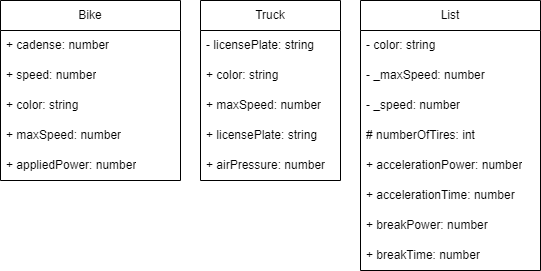
Before: Unit2-08/Designs/cd.png, a diagram exported from draw.io (KaitlynIp64/ICS4U-Unit2-Kaitlyn-Ip). Source tidied: cells renumbered, new cells last; positions are measured from the earlier drawing's top-left corner, leaving out a move shared by most shapes.
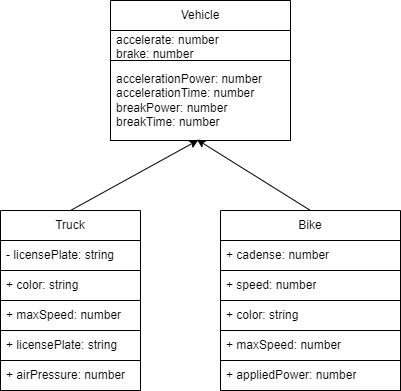
The same diagram one commit later.

The edit, as a diff of the source:
```diff
@@ -2,68 +2,56 @@
   <root>
     <mxCell id="0" />
     <mxCell id="1" parent="0" />
+    <mxCell id="23" style="edgeStyle=none;html=1;entryX=0.48;entryY=0.988;entryDx=0;entryDy=0;entryPerimeter=0;exitX=0.5;exitY=0;exitDx=0;exitDy=0;strokeColor=#000000;" parent="1" edge="1" source="2" target="22">
+      <mxGeometry relative="1" as="geometry" />
+    </mxCell>
-    <mxCell id="2" value="Bike" style="swimlane;fontStyle=0;horizontal=1;startSize=30;whiteSpace=wrap;html=1;" parent="1" vertex="1">
-      <mxGeometry width="180" height="180" as="geometry" />
+    <mxCell id="2" value="Bike" style="swimlane;fontStyle=0;horizontal=1;startSize=30;whiteSpace=wrap;html=1;strokeColor=#000000;" parent="1" vertex="1">
+      <mxGeometry x="470" y="240" width="180" height="180" as="geometry" />
     </mxCell>
-    <mxCell id="3" value="+ cadense: number" style="text;strokeColor=none;fillColor=none;align=left;verticalAlign=middle;spacingLeft=4;spacingRight=4;overflow=hidden;whiteSpace=wrap;html=1;" parent="2" vertex="1">
+    <mxCell id="3" value="+ cadense: number" style="text;strokeColor=#000000;fillColor=none;align=left;verticalAlign=middle;spacingLeft=4;spacingRight=4;overflow=hidden;whiteSpace=wrap;html=1;" parent="2" vertex="1">
       <mxGeometry y="30" width="180" height="30" as="geometry" />
     </mxCell>
-    <mxCell id="4" value="+ speed: number" style="text;strokeColor=none;fillColor=none;align=left;verticalAlign=middle;spacingLeft=4;spacingRight=4;overflow=hidden;whiteSpace=wrap;html=1;" parent="2" vertex="1">
+    <mxCell id="4" value="+ speed: number" style="text;strokeColor=#000000;fillColor=none;align=left;verticalAlign=middle;spacingLeft=4;spacingRight=4;overflow=hidden;whiteSpace=wrap;html=1;" parent="2" vertex="1">
       <mxGeometry y="60" width="180" height="30" as="geometry" />
     </mxCell>
-    <mxCell id="5" value="+ color: string" style="text;strokeColor=none;fillColor=none;align=left;verticalAlign=middle;spacingLeft=4;spacingRight=4;overflow=hidden;whiteSpace=wrap;html=1;" parent="2" vertex="1">
+    <mxCell id="5" value="+ color: string" style="text;strokeColor=#000000;fillColor=none;align=left;verticalAlign=middle;spacingLeft=4;spacingRight=4;overflow=hidden;whiteSpace=wrap;html=1;" parent="2" vertex="1">
       <mxGeometry y="90" width="180" height="30" as="geometry" />
     </mxCell>
-    <mxCell id="6" value="+ maxSpeed: number" style="text;strokeColor=none;fillColor=none;align=left;verticalAlign=middle;spacingLeft=4;spacingRight=4;overflow=hidden;whiteSpace=wrap;html=1;" parent="2" vertex="1">
+    <mxCell id="6" value="+ maxSpeed: number" style="text;strokeColor=#000000;fillColor=none;align=left;verticalAlign=middle;spacingLeft=4;spacingRight=4;overflow=hidden;whiteSpace=wrap;html=1;" parent="2" vertex="1">
       <mxGeometry y="120" width="180" height="30" as="geometry" />
     </mxCell>
-    <mxCell id="7" value="+ appliedPower: number" style="text;strokeColor=none;fillColor=none;align=left;verticalAlign=middle;spacingLeft=4;spacingRight=4;overflow=hidden;whiteSpace=wrap;html=1;" parent="2" vertex="1">
+    <mxCell id="7" value="+ appliedPower: number" style="text;strokeColor=#000000;fillColor=none;align=left;verticalAlign=middle;spacingLeft=4;spacingRight=4;overflow=hidden;whiteSpace=wrap;html=1;" parent="2" vertex="1">
       <mxGeometry y="150" width="180" height="30" as="geometry" />
     </mxCell>
+    <mxCell id="24" style="edgeStyle=none;html=1;entryX=0.487;entryY=0.996;entryDx=0;entryDy=0;entryPerimeter=0;exitX=0.5;exitY=0;exitDx=0;exitDy=0;strokeColor=#000000;" parent="1" edge="1" source="8" target="22">
+      <mxGeometry relative="1" as="geometry" />
+    </mxCell>
-    <mxCell id="8" value="Truck" style="swimlane;fontStyle=0;horizontal=1;startSize=30;whiteSpace=wrap;html=1;" parent="1" vertex="1">
-      <mxGeometry x="200" width="140" height="180" as="geometry" />
+    <mxCell id="8" value="Truck" style="swimlane;fontStyle=0;horizontal=1;startSize=30;whiteSpace=wrap;html=1;strokeColor=#000000;" parent="1" vertex="1">
+      <mxGeometry x="250" y="240" width="140" height="180" as="geometry" />
     </mxCell>
-    <mxCell id="9" value="- licensePlate: string" style="text;strokeColor=none;fillColor=none;align=left;verticalAlign=middle;spacingLeft=4;spacingRight=4;overflow=hidden;whiteSpace=wrap;html=1;" parent="8" vertex="1">
+    <mxCell id="9" value="- licensePlate: string" style="text;strokeColor=#000000;fillColor=none;align=left;verticalAlign=middle;spacingLeft=4;spacingRight=4;overflow=hidden;whiteSpace=wrap;html=1;" parent="8" vertex="1">
       <mxGeometry y="30" width="140" height="30" as="geometry" />
     </mxCell>
-    <mxCell id="10" value="+ color: string" style="text;strokeColor=none;fillColor=none;align=left;verticalAlign=middle;spacingLeft=4;spacingRight=4;overflow=hidden;whiteSpace=wrap;html=1;" parent="8" vertex="1">
+    <mxCell id="10" value="+ color: string" style="text;strokeColor=#000000;fillColor=none;align=left;verticalAlign=middle;spacingLeft=4;spacingRight=4;overflow=hidden;whiteSpace=wrap;html=1;" parent="8" vertex="1">
       <mxGeometry y="60" width="140" height="30" as="geometry" />
     </mxCell>
-    <mxCell id="11" value="+ maxSpeed: number" style="text;strokeColor=none;fillColor=none;align=left;verticalAlign=middle;spacingLeft=4;spacingRight=4;overflow=hidden;whiteSpace=wrap;html=1;" parent="8" vertex="1">
+    <mxCell id="11" value="+ maxSpeed: number" style="text;strokeColor=#000000;fillColor=none;align=left;verticalAlign=middle;spacingLeft=4;spacingRight=4;overflow=hidden;whiteSpace=wrap;html=1;" parent="8" vertex="1">
       <mxGeometry y="90" width="140" height="30" as="geometry" />
     </mxCell>
-    <mxCell id="12" value="+ licensePlate: string" style="text;strokeColor=none;fillColor=none;align=left;verticalAlign=middle;spacingLeft=4;spacingRight=4;overflow=hidden;whiteSpace=wrap;html=1;" parent="8" vertex="1">
+    <mxCell id="12" value="+ licensePlate: string" style="text;strokeColor=#000000;fillColor=none;align=left;verticalAlign=middle;spacingLeft=4;spacingRight=4;overflow=hidden;whiteSpace=wrap;html=1;" parent="8" vertex="1">
       <mxGeometry y="120" width="140" height="30" as="geometry" />
     </mxCell>
-    <mxCell id="13" value="+ airPressure: number" style="text;strokeColor=none;fillColor=none;align=left;verticalAlign=middle;spacingLeft=4;spacingRight=4;overflow=hidden;whiteSpace=wrap;html=1;" parent="8" vertex="1">
+    <mxCell id="13" value="+ airPressure: number" style="text;strokeColor=#000000;fillColor=none;align=left;verticalAlign=middle;spacingLeft=4;spacingRight=4;overflow=hidden;whiteSpace=wrap;html=1;" parent="8" vertex="1">
       <mxGeometry y="150" width="140" height="30" as="geometry" />
     </mxCell>
-    <mxCell id="14" value="List" style="swimlane;fontStyle=0;horizontal=1;startSize=30;whiteSpace=wrap;html=1;" parent="1" vertex="1">
-      <mxGeometry x="360" width="180" height="270" as="geometry" />
+    <mxCell id="14" value="Vehicle" style="swimlane;fontStyle=0;horizontal=1;startSize=30;whiteSpace=wrap;html=1;strokeColor=#000000;" parent="1" vertex="1">
+      <mxGeometry x="360" y="30" width="180" height="140" as="geometry" />
     </mxCell>
-    <mxCell id="15" value="- color: string" style="text;strokeColor=none;fillColor=none;align=left;verticalAlign=middle;spacingLeft=4;spacingRight=4;overflow=hidden;whiteSpace=wrap;html=1;" parent="14" vertex="1">
+    <mxCell id="15" value="accelerate: number&lt;br&gt;brake: number" style="text;strokeColor=#000000;fillColor=none;align=left;verticalAlign=middle;spacingLeft=4;spacingRight=4;overflow=hidden;whiteSpace=wrap;html=1;" parent="14" vertex="1">
       <mxGeometry y="30" width="180" height="30" as="geometry" />
     </mxCell>
-    <mxCell id="16" value="- _maxSpeed: number" style="text;strokeColor=none;fillColor=none;align=left;verticalAlign=middle;spacingLeft=4;spacingRight=4;overflow=hidden;whiteSpace=wrap;html=1;" parent="14" vertex="1">
-      <mxGeometry y="60" width="180" height="30" as="geometry" />
-    </mxCell>
-    <mxCell id="17" value="- _speed: number" style="text;strokeColor=none;fillColor=none;align=left;verticalAlign=middle;spacingLeft=4;spacingRight=4;overflow=hidden;whiteSpace=wrap;html=1;" parent="14" vertex="1">
-      <mxGeometry y="90" width="180" height="30" as="geometry" />
-    </mxCell>
-    <mxCell id="18" value="# numberOfTires: int" style="text;strokeColor=none;fillColor=none;align=left;verticalAlign=middle;spacingLeft=4;spacingRight=4;overflow=hidden;whiteSpace=wrap;html=1;" parent="14" vertex="1">
-      <mxGeometry y="120" width="180" height="30" as="geometry" />
-    </mxCell>
-    <mxCell id="19" value="+ accelerationPower: number" style="text;strokeColor=none;fillColor=none;align=left;verticalAlign=middle;spacingLeft=4;spacingRight=4;overflow=hidden;whiteSpace=wrap;html=1;" parent="14" vertex="1">
-      <mxGeometry y="150" width="180" height="30" as="geometry" />
-    </mxCell>
-    <mxCell id="20" value="+ accelerationTime: number" style="text;strokeColor=none;fillColor=none;align=left;verticalAlign=middle;spacingLeft=4;spacingRight=4;overflow=hidden;whiteSpace=wrap;html=1;" parent="14" vertex="1">
-      <mxGeometry y="180" width="180" height="30" as="geometry" />
-    </mxCell>
-    <mxCell id="21" value="+ breakPower: number" style="text;strokeColor=none;fillColor=none;align=left;verticalAlign=middle;spacingLeft=4;spacingRight=4;overflow=hidden;whiteSpace=wrap;html=1;" parent="14" vertex="1">
-      <mxGeometry y="210" width="180" height="30" as="geometry" />
-    </mxCell>
-    <mxCell id="22" value="+ breakTime: number" style="text;strokeColor=none;fillColor=none;align=left;verticalAlign=middle;spacingLeft=4;spacingRight=4;overflow=hidden;points=[[0,0.5],[1,0.5]];portConstraint=eastwest;whiteSpace=wrap;html=1;" parent="14" vertex="1">
-      <mxGeometry y="240" width="180" height="30" as="geometry" />
+    <mxCell id="22" value="accelerationPower: number&lt;br&gt;accelerationTime: number&lt;br&gt;breakPower: number&lt;br&gt;breakTime: number" style="text;strokeColor=#000000;fillColor=none;align=left;verticalAlign=middle;spacingLeft=4;spacingRight=4;overflow=hidden;points=[[0,0.5],[1,0.5]];portConstraint=eastwest;whiteSpace=wrap;html=1;" parent="14" vertex="1">
+      <mxGeometry y="60" width="180" height="80" as="geometry" />
     </mxCell>
   </root>
 </mxGraphModel>
```
